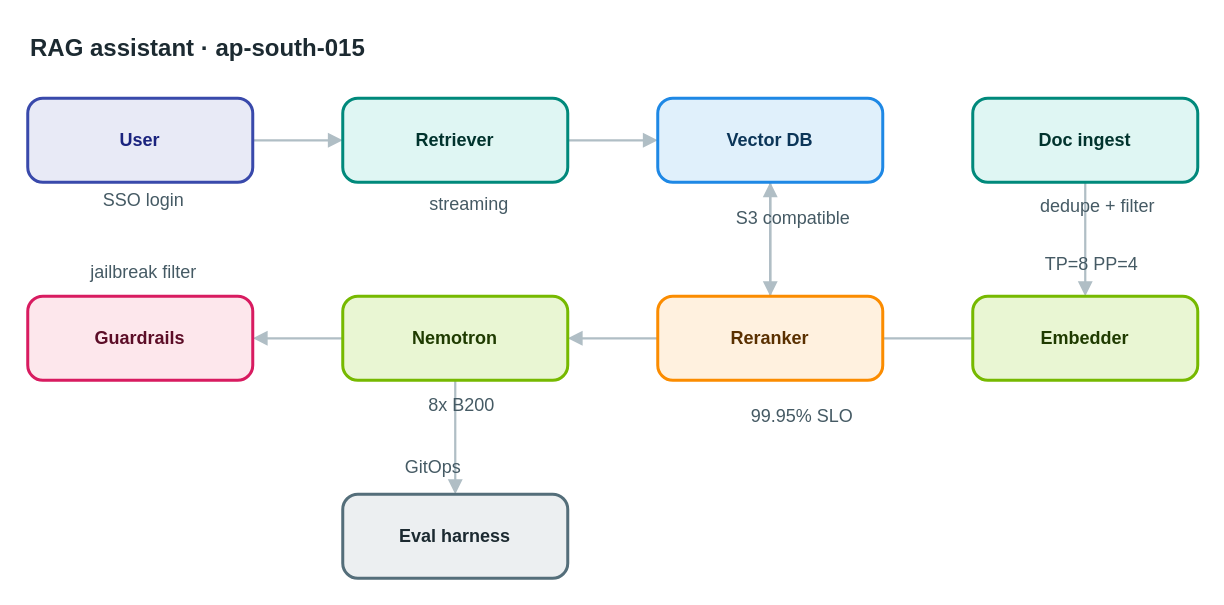
AryanG01/open-apprentice keeps this draw.io diagram as apps/web/public/samples/library/015-rag-assistant.drawio. Above is the earlier version. Source tidied: cells renumbered, new cells numbered last; positions are measured from the earlier drawing's top-left corner, leaving out a move shared by most shapes. Both pictures are drawn from the tidied source at 150%, with x=0, y=0 at pixel (27, 26).
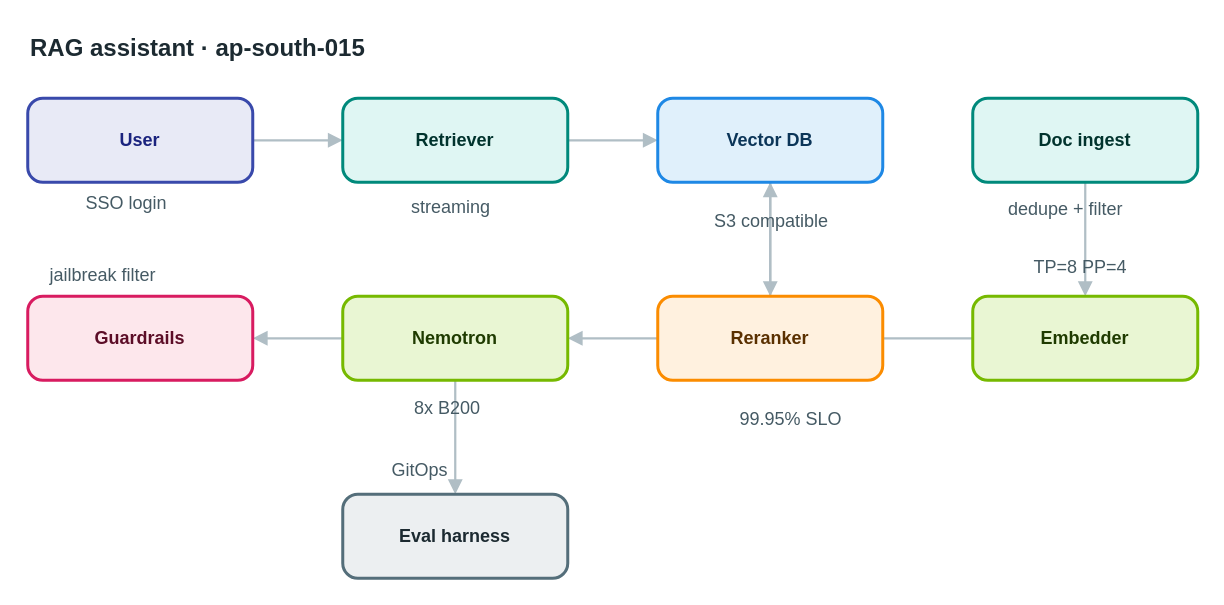
After the change.

The edit, as a diff of the source:
```diff
@@
-    <mxCell id="20" value="SSO login" style="text;html=1;align=center;verticalAlign=middle;whiteSpace=nowrap;strokeColor=none;fillColor=none;fontSize=12;fontColor=#455a64;" parent="1" vertex="1">
+    <mxCell id="20" value="SSO login" style="text;html=1;align=left;verticalAlign=top;whiteSpace=nowrap;spacing=0;spacingTop=0;strokeColor=none;fillColor=none;fontSize=12;fontColor=#455a64;" parent="1" vertex="1">
       <mxGeometry x="39" y="106" width="75" height="20" as="geometry" />
     </mxCell>
-    <mxCell id="21" value="streaming" style="text;html=1;align=center;verticalAlign=middle;whiteSpace=nowrap;strokeColor=none;fillColor=none;fontSize=12;fontColor=#455a64;" parent="1" vertex="1">
+    <mxCell id="21" value="streaming" style="text;html=1;align=left;verticalAlign=top;whiteSpace=nowrap;spacing=0;spacingTop=0;strokeColor=none;fillColor=none;fontSize=12;fontColor=#455a64;" parent="1" vertex="1">
       <mxGeometry x="256" y="109" width="75" height="20" as="geometry" />
     </mxCell>
-    <mxCell id="22" value="S3 compatible" style="text;html=1;align=center;verticalAlign=middle;whiteSpace=nowrap;strokeColor=none;fillColor=none;fontSize=12;fontColor=#455a64;" parent="1" vertex="1">
+    <mxCell id="22" value="S3 compatible" style="text;html=1;align=left;verticalAlign=top;whiteSpace=nowrap;spacing=0;spacingTop=0;strokeColor=none;fillColor=none;fontSize=12;fontColor=#455a64;" parent="1" vertex="1">
       <mxGeometry x="458" y="118" width="103" height="20" as="geometry" />
     </mxCell>
-    <mxCell id="23" value="99.95% SLO" style="text;html=1;align=center;verticalAlign=middle;whiteSpace=nowrap;strokeColor=none;fillColor=none;fontSize=12;fontColor=#455a64;" parent="1" vertex="1">
+    <mxCell id="23" value="99.95% SLO" style="text;html=1;align=left;verticalAlign=top;whiteSpace=nowrap;spacing=0;spacingTop=0;strokeColor=none;fillColor=none;fontSize=12;fontColor=#455a64;" parent="1" vertex="1">
       <mxGeometry x="475" y="250" width="82" height="20" as="geometry" />
     </mxCell>
-    <mxCell id="24" value="8x B200" style="text;html=1;align=center;verticalAlign=middle;whiteSpace=nowrap;strokeColor=none;fillColor=none;fontSize=12;fontColor=#455a64;" parent="1" vertex="1">
+    <mxCell id="24" value="8x B200" style="text;html=1;align=left;verticalAlign=top;whiteSpace=nowrap;spacing=0;spacingTop=0;strokeColor=none;fillColor=none;fontSize=12;fontColor=#455a64;" parent="1" vertex="1">
       <mxGeometry x="258" y="243" width="61" height="20" as="geometry" />
     </mxCell>
-    <mxCell id="25" value="jailbreak filter" style="text;html=1;align=center;verticalAlign=middle;whiteSpace=nowrap;strokeColor=none;fillColor=none;fontSize=12;fontColor=#455a64;" parent="1" vertex="1">
+    <mxCell id="25" value="jailbreak filter" style="text;html=1;align=left;verticalAlign=top;whiteSpace=nowrap;spacing=0;spacingTop=0;strokeColor=none;fillColor=none;fontSize=12;fontColor=#455a64;" parent="1" vertex="1">
       <mxGeometry x="15" y="154" width="124" height="20" as="geometry" />
     </mxCell>
-    <mxCell id="26" value="dedupe + filter" style="text;html=1;align=center;verticalAlign=middle;whiteSpace=nowrap;strokeColor=none;fillColor=none;fontSize=12;fontColor=#455a64;" parent="1" vertex="1">
+    <mxCell id="26" value="dedupe + filter" style="text;html=1;align=left;verticalAlign=top;whiteSpace=nowrap;spacing=0;spacingTop=0;strokeColor=none;fillColor=none;fontSize=12;fontColor=#455a64;" parent="1" vertex="1">
       <mxGeometry x="654" y="110" width="117" height="20" as="geometry" />
     </mxCell>
-    <mxCell id="27" value="TP=8 PP=4" style="text;html=1;align=center;verticalAlign=middle;whiteSpace=nowrap;strokeColor=none;fillColor=none;fontSize=12;fontColor=#455a64;" parent="1" vertex="1">
+    <mxCell id="27" value="TP=8 PP=4" style="text;html=1;align=left;verticalAlign=top;whiteSpace=nowrap;spacing=0;spacingTop=0;strokeColor=none;fillColor=none;fontSize=12;fontColor=#455a64;" parent="1" vertex="1">
       <mxGeometry x="671" y="149" width="75" height="20" as="geometry" />
     </mxCell>
-    <mxCell id="28" value="GitOps" style="text;html=1;align=center;verticalAlign=middle;whiteSpace=nowrap;strokeColor=none;fillColor=none;fontSize=12;fontColor=#455a64;" parent="1" vertex="1">
+    <mxCell id="28" value="GitOps" style="text;html=1;align=left;verticalAlign=top;whiteSpace=nowrap;spacing=0;spacingTop=0;strokeColor=none;fillColor=none;fontSize=12;fontColor=#455a64;" parent="1" vertex="1">
       <mxGeometry x="243" y="284" width="54" height="20" as="geometry" />
     </mxCell>
```
